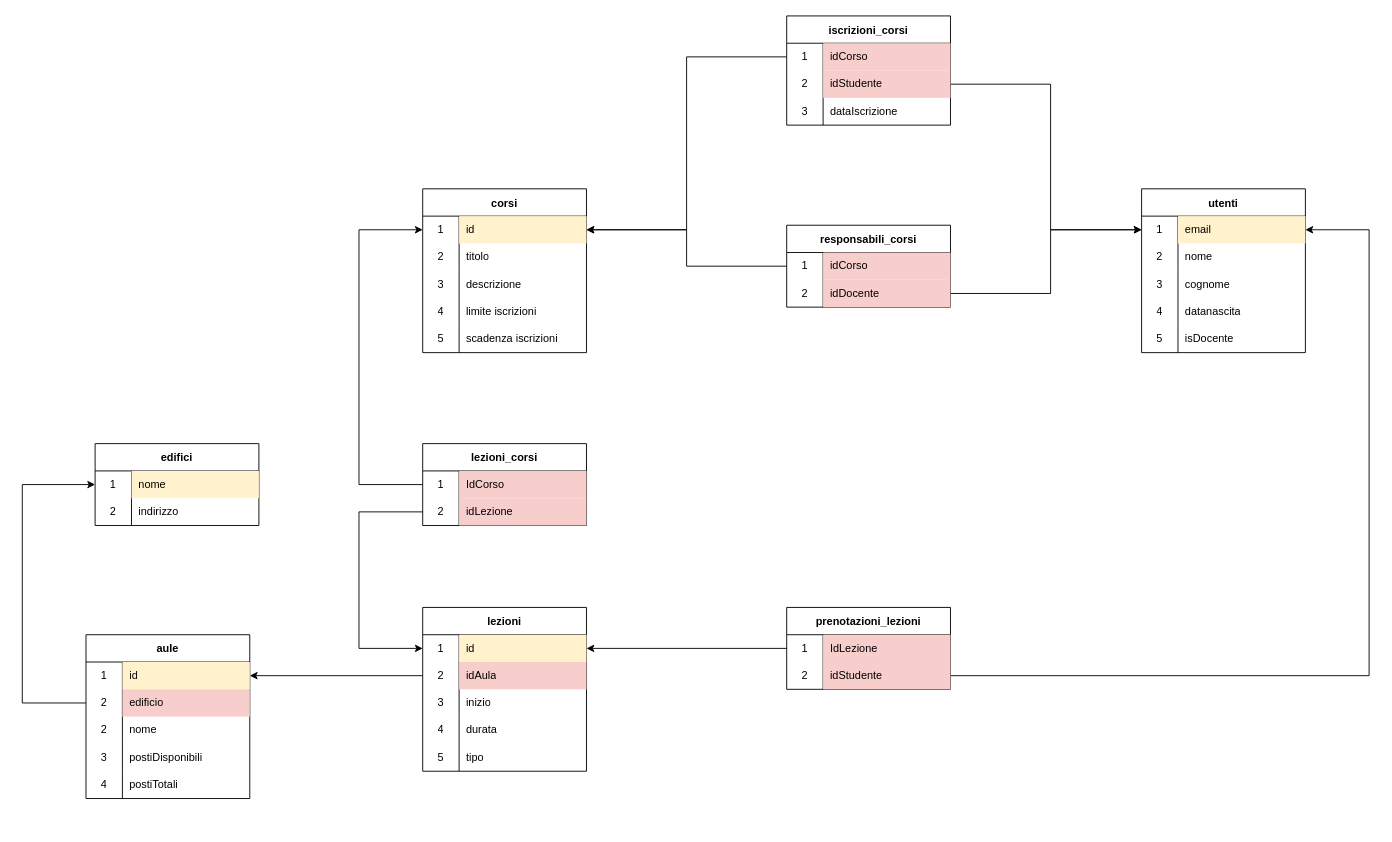
Before: docs/SchemaRelazionale.drawio in nicolamarizza/DbProject, a draw.io diagram. Source tidied: cells renumbered, new cells numbered last; positions are measured from the earlier drawing's top-left corner, leaving out a move shared by most shapes. Both pictures are drawn from the tidied source at 91%, with x=0, y=0 at pixel (22, 15).
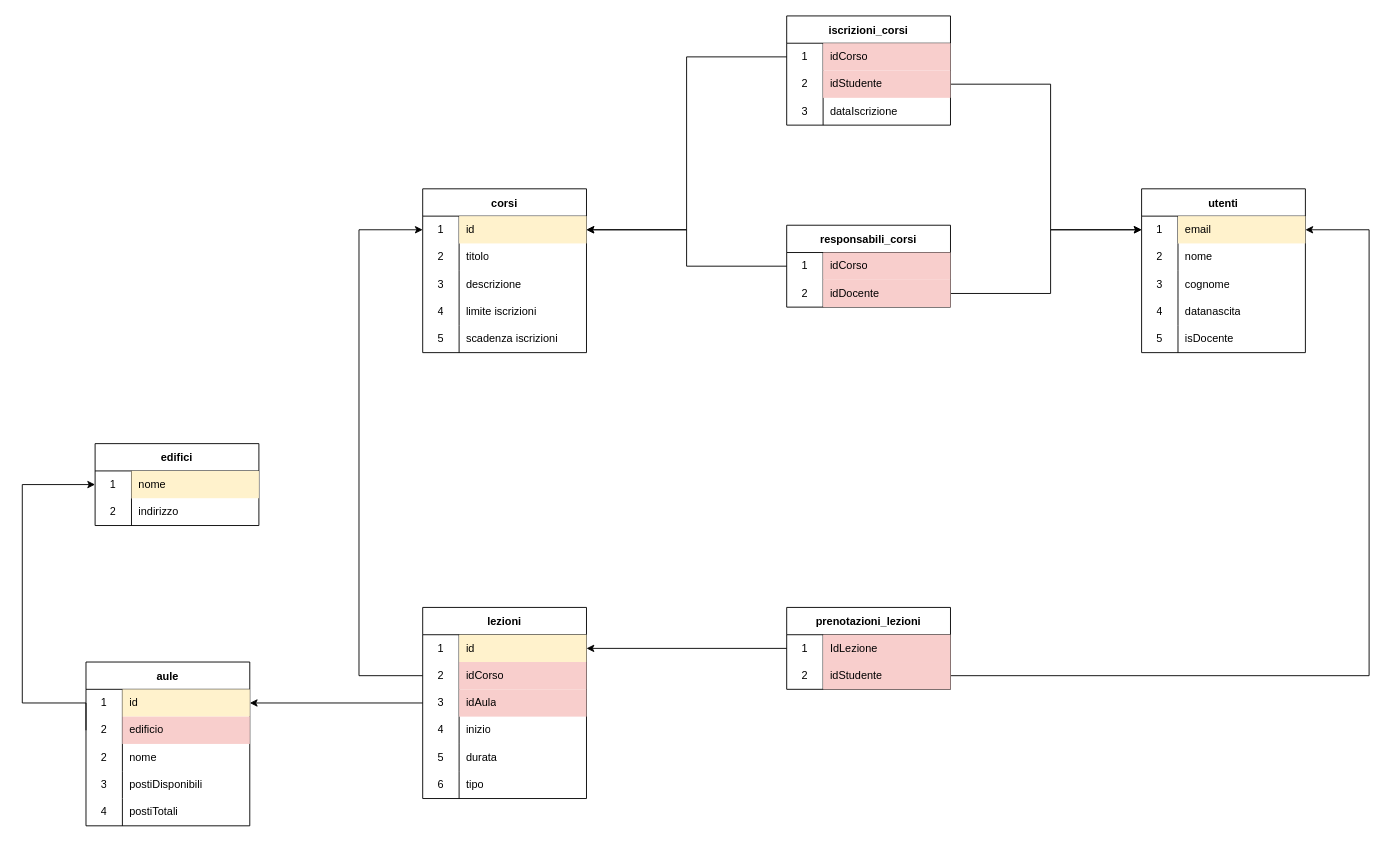
The same page after the edit.

Commit message (it also covers changes not shown here):
Database interface

The change refers to these unchanged cells:
```xml
<mxCell id="19" style="shape=tableRow;horizontal=0;startSize=0;swimlaneHead=0;swimlaneBody=0;top=0;left=0;bottom=0;right=0;fillColor=none;points=[[0,0.5],[1,0.5]];portConstraint=eastwest;" parent="18" vertex="1">
  <mxGeometry y="30" width="180" height="30" as="geometry" />
</mxCell>
<mxCell id="22" style="shape=tableRow;horizontal=0;startSize=0;swimlaneHead=0;swimlaneBody=0;top=0;left=0;bottom=0;right=0;fillColor=none;points=[[0,0.5],[1,0.5]];portConstraint=eastwest;" parent="18" vertex="1">
  <mxGeometry y="60" width="180" height="30" as="geometry" />
</mxCell>
<mxCell id="35" style="shape=tableRow;horizontal=0;startSize=0;swimlaneHead=0;swimlaneBody=0;top=0;left=0;bottom=0;right=0;fillColor=none;points=[[0,0.5],[1,0.5]];portConstraint=eastwest;" parent="34" vertex="1">
  <mxGeometry y="30" width="180" height="30" as="geometry" />
</mxCell>
<mxCell id="51" style="shape=tableRow;horizontal=0;startSize=0;swimlaneHead=0;swimlaneBody=0;top=0;left=0;bottom=0;right=0;fillColor=none;points=[[0,0.5],[1,0.5]];portConstraint=eastwest;" parent="50" vertex="1">
  <mxGeometry y="30" width="180" height="30" as="geometry" />
</mxCell>
```

Change to the diagram source:
```diff
@@
     <mxCell id="18" value="lezioni" style="shape=table;startSize=30;childLayout=tableLayout;rowLines=0;fontStyle=1;" parent="1" vertex="1">
-      <mxGeometry x="440" y="650" width="180" height="180" as="geometry" />
+      <mxGeometry x="440" y="650" width="180" height="210" as="geometry" />
     </mxCell>
@@
-    <mxCell id="24" value="&lt;span&gt;idAula&lt;/span&gt;" style="shape=partialRectangle;html=1;whiteSpace=wrap;fillColor=#f8cecc;top=0;left=0;bottom=0;right=0;align=left;spacingLeft=6;overflow=hidden;strokeColor=#b85450;" parent="22" vertex="1">
+    <mxCell id="24" value="&lt;span&gt;idCorso&lt;/span&gt;" style="shape=partialRectangle;html=1;whiteSpace=wrap;fillColor=#f8cecc;top=0;left=0;bottom=0;right=0;align=left;spacingLeft=6;overflow=hidden;strokeColor=#b85450;" parent="22" vertex="1">
       <mxGeometry x="40" width="140" height="30" as="geometry" />
     </mxCell>
+    <mxCell id="115" style="shape=tableRow;horizontal=0;startSize=0;swimlaneHead=0;swimlaneBody=0;top=0;left=0;bottom=0;right=0;fillColor=none;points=[[0,0.5],[1,0.5]];portConstraint=eastwest;" parent="18" vertex="1">
+      <mxGeometry y="90" width="180" height="30" as="geometry" />
+    </mxCell>
+    <mxCell id="116" value="3" style="shape=partialRectangle;html=1;whiteSpace=wrap;fillColor=none;top=0;left=0;bottom=0;right=0;overflow=hidden;" parent="115" vertex="1">
+      <mxGeometry width="40" height="30" as="geometry" />
+    </mxCell>
+    <mxCell id="117" value="idAula" style="shape=partialRectangle;html=1;whiteSpace=wrap;fillColor=#f8cecc;top=0;left=0;bottom=0;right=0;align=left;spacingLeft=6;overflow=hidden;strokeColor=#b85450;" parent="115" vertex="1">
+      <mxGeometry x="40" width="140" height="30" as="geometry" />
+    </mxCell>
     <mxCell id="25" style="shape=tableRow;horizontal=0;startSize=0;swimlaneHead=0;swimlaneBody=0;top=0;left=0;bottom=0;right=0;fillColor=none;" parent="18" vertex="1">
-      <mxGeometry y="90" width="180" height="30" as="geometry" />
+      <mxGeometry y="120" width="180" height="30" as="geometry" />
     </mxCell>
-    <mxCell id="26" value="3" style="shape=partialRectangle;html=1;whiteSpace=wrap;fillColor=none;top=0;left=0;bottom=0;right=0;overflow=hidden;" parent="25" vertex="1">
+    <mxCell id="26" value="4" style="shape=partialRectangle;html=1;whiteSpace=wrap;fillColor=none;top=0;left=0;bottom=0;right=0;overflow=hidden;" parent="25" vertex="1">
       <mxGeometry width="40" height="30" as="geometry" />
     </mxCell>
@@
     <mxCell id="28" style="shape=tableRow;horizontal=0;startSize=0;swimlaneHead=0;swimlaneBody=0;top=0;left=0;bottom=0;right=0;fillColor=none;" parent="18" vertex="1">
-      <mxGeometry y="120" width="180" height="30" as="geometry" />
+      <mxGeometry y="150" width="180" height="30" as="geometry" />
     </mxCell>
-    <mxCell id="29" value="4" style="shape=partialRectangle;html=1;whiteSpace=wrap;fillColor=none;top=0;left=0;bottom=0;right=0;overflow=hidden;" parent="28" vertex="1">
+    <mxCell id="29" value="5" style="shape=partialRectangle;html=1;whiteSpace=wrap;fillColor=none;top=0;left=0;bottom=0;right=0;overflow=hidden;" parent="28" vertex="1">
       <mxGeometry width="40" height="30" as="geometry" />
     </mxCell>
@@
     <mxCell id="31" style="shape=tableRow;horizontal=0;startSize=0;swimlaneHead=0;swimlaneBody=0;top=0;left=0;bottom=0;right=0;fillColor=none;" parent="18" vertex="1">
-      <mxGeometry y="150" width="180" height="30" as="geometry" />
+      <mxGeometry y="180" width="180" height="30" as="geometry" />
     </mxCell>
-    <mxCell id="32" value="5" style="shape=partialRectangle;html=1;whiteSpace=wrap;fillColor=none;top=0;left=0;bottom=0;right=0;overflow=hidden;" parent="31" vertex="1">
+    <mxCell id="32" value="6" style="shape=partialRectangle;html=1;whiteSpace=wrap;fillColor=none;top=0;left=0;bottom=0;right=0;overflow=hidden;" parent="31" vertex="1">
       <mxGeometry width="40" height="30" as="geometry" />
     </mxCell>
@@
     <mxCell id="50" value="aule" style="shape=table;startSize=30;childLayout=tableLayout;rowLines=0;fontStyle=1;" parent="1" vertex="1">
-      <mxGeometry x="70" y="680" width="180" height="180" as="geometry" />
+      <mxGeometry x="70" y="710" width="180" height="180" as="geometry" />
     </mxCell>
@@
-    <mxCell id="103" value="lezioni_corsi" style="shape=table;startSize=30;childLayout=tableLayout;rowLines=0;fontStyle=1;" parent="1" vertex="1">
-      <mxGeometry x="440" y="470" width="180" height="90" as="geometry" />
-    </mxCell>
-    <mxCell id="104" style="shape=tableRow;horizontal=0;startSize=0;swimlaneHead=0;swimlaneBody=0;top=0;left=0;bottom=0;right=0;fillColor=none;points=[[0,0.5],[1,0.5]];portConstraint=eastwest;" parent="103" vertex="1">
-      <mxGeometry y="30" width="180" height="30" as="geometry" />
-    </mxCell>
-    <mxCell id="105" value="1" style="shape=partialRectangle;html=1;whiteSpace=wrap;fillColor=none;top=0;left=0;bottom=0;right=0;overflow=hidden;" parent="104" vertex="1">
-      <mxGeometry width="40" height="30" as="geometry" />
-    </mxCell>
-    <mxCell id="106" value="IdCorso" style="shape=partialRectangle;html=1;whiteSpace=wrap;top=0;left=0;bottom=0;right=0;align=left;spacingLeft=6;overflow=hidden;fillColor=#f8cecc;strokeColor=#b85450;" parent="104" vertex="1">
-      <mxGeometry x="40" width="140" height="30" as="geometry" />
-    </mxCell>
-    <mxCell id="107" style="shape=tableRow;horizontal=0;startSize=0;swimlaneHead=0;swimlaneBody=0;top=0;left=0;bottom=0;right=0;fillColor=none;points=[[0,0.5],[1,0.5]];portConstraint=eastwest;" parent="103" vertex="1">
-      <mxGeometry y="60" width="180" height="30" as="geometry" />
-    </mxCell>
-    <mxCell id="108" value="2" style="shape=partialRectangle;html=1;whiteSpace=wrap;fillColor=none;top=0;left=0;bottom=0;right=0;overflow=hidden;" parent="107" vertex="1">
-      <mxGeometry width="40" height="30" as="geometry" />
-    </mxCell>
-    <mxCell id="109" value="idLezione" style="shape=partialRectangle;html=1;whiteSpace=wrap;fillColor=#f8cecc;top=0;left=0;bottom=0;right=0;align=left;spacingLeft=6;overflow=hidden;strokeColor=#b85450;" parent="107" vertex="1">
-      <mxGeometry x="40" width="140" height="30" as="geometry" />
-    </mxCell>
-    <mxCell id="110" style="edgeStyle=orthogonalEdgeStyle;rounded=0;jettySize=auto;html=1;exitX=0;exitY=0.5;exitDx=0;exitDy=0;entryX=1;entryY=0.5;entryDx=0;entryDy=0;startArrow=none;startFill=0;" parent="1" edge="1" source="22" target="51">
+    <mxCell id="110" style="edgeStyle=orthogonalEdgeStyle;rounded=0;jettySize=auto;html=1;exitX=0;exitY=0.5;exitDx=0;exitDy=0;entryX=1;entryY=0.5;entryDx=0;entryDy=0;startArrow=none;startFill=0;" parent="1" edge="1" source="115" target="51">
       <mxGeometry relative="1" as="geometry" />
     </mxCell>
-    <mxCell id="111" style="edgeStyle=orthogonalEdgeStyle;rounded=0;jettySize=auto;html=1;exitX=0;exitY=0.5;exitDx=0;exitDy=0;entryX=0;entryY=0.5;entryDx=0;entryDy=0;startArrow=none;startFill=0;endArrow=classic;endFill=1;" parent="1" edge="1" source="104" target="35">
+    <mxCell id="111" style="edgeStyle=orthogonalEdgeStyle;rounded=0;jettySize=auto;html=1;exitX=0;exitY=0.5;exitDx=0;exitDy=0;entryX=0;entryY=0.5;entryDx=0;entryDy=0;startArrow=none;startFill=0;endArrow=classic;endFill=1;" parent="1" edge="1" source="22" target="35">
       <mxGeometry relative="1" as="geometry">
         <Array as="points">
-          <mxPoint x="370" y="515" />
+          <mxPoint x="370" y="725" />
           <mxPoint x="370" y="235" />
         </Array>
       </mxGeometry>
     </mxCell>
-    <mxCell id="112" style="edgeStyle=orthogonalEdgeStyle;rounded=0;jettySize=auto;html=1;exitX=0;exitY=0.5;exitDx=0;exitDy=0;entryX=0;entryY=0.5;entryDx=0;entryDy=0;startArrow=none;startFill=0;endArrow=classic;endFill=1;" parent="1" edge="1" source="107" target="19">
-      <mxGeometry relative="1" as="geometry">
-        <Array as="points">
-          <mxPoint x="370" y="545" />
-          <mxPoint x="370" y="695" />
-        </Array>
-      </mxGeometry>
-    </mxCell>
```
